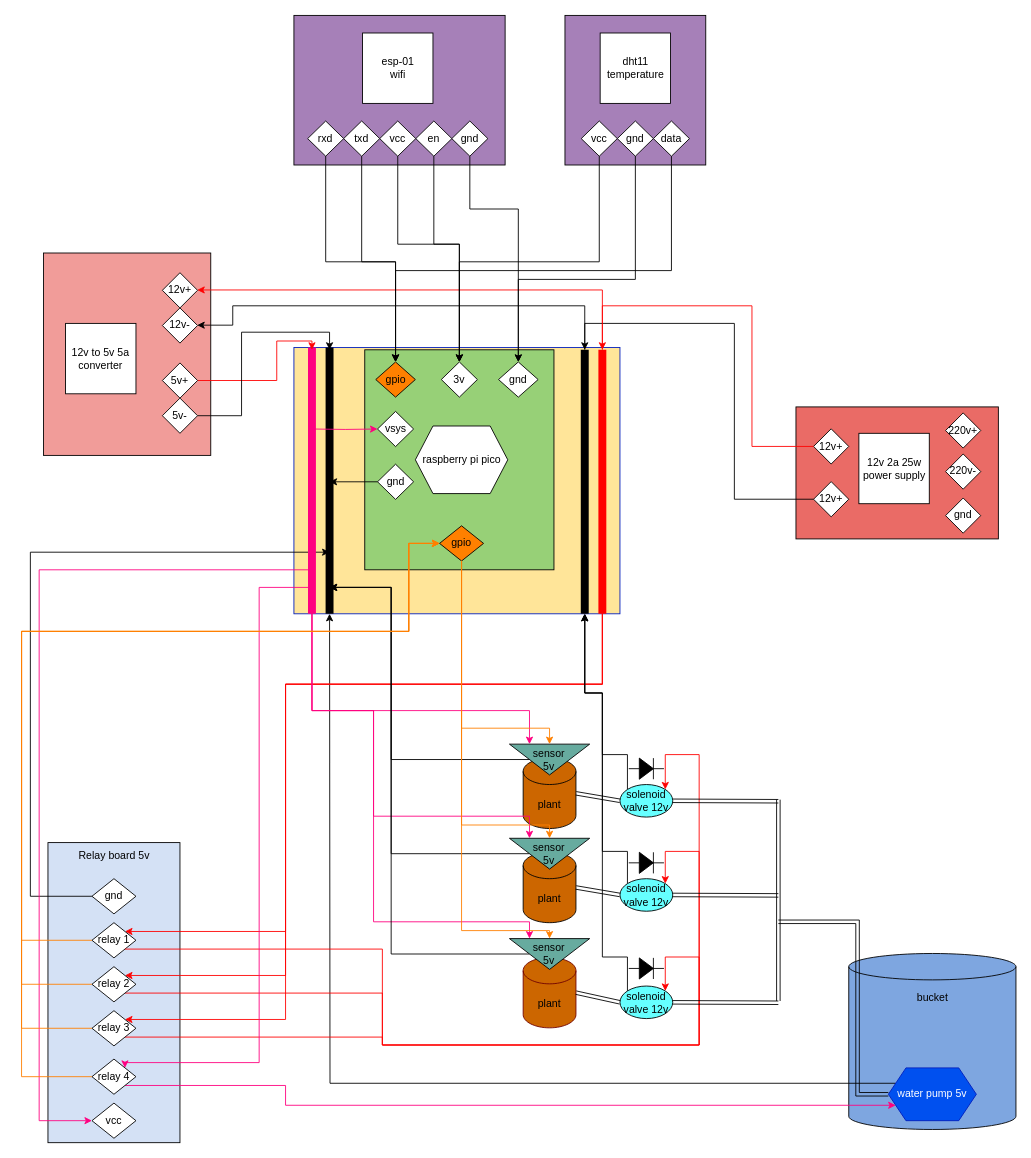
Above: doc/circuit.drawio in floryn08/rpi-pico-watering-system (draw.io), before the change. Source tidied: cells renumbered, new cells numbered last; positions are measured from the earlier drawing's top-left corner, leaving out a move shared by most shapes. Both pictures are drawn from the tidied source at 88%, with x=0, y=0 at pixel (21, 15).
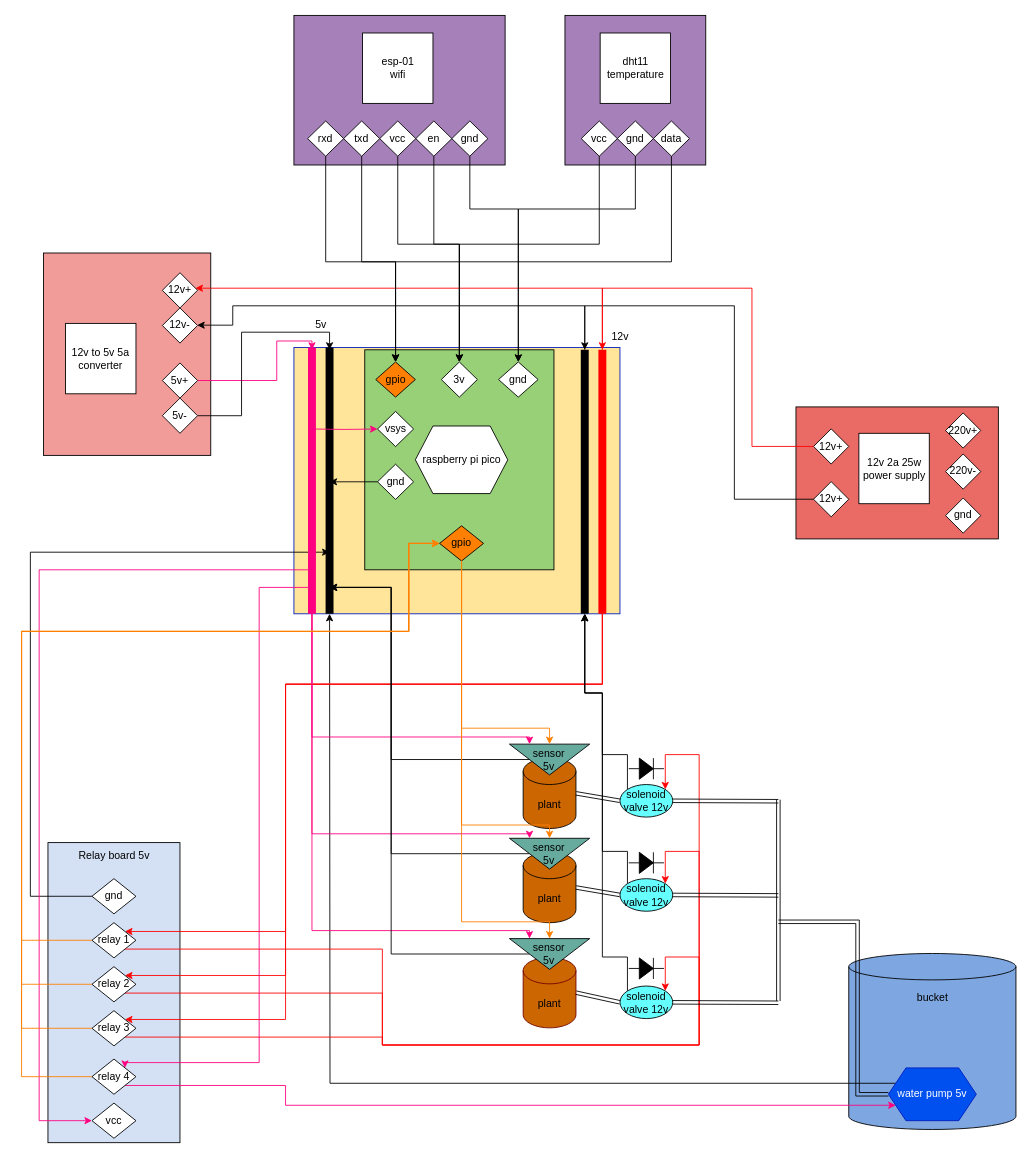
The same diagram, later.

The change refers to these unchanged cells:
```xml
<mxCell id="24" value="sensor&lt;br&gt;5v" style="triangle;whiteSpace=wrap;html=1;rotation=90;horizontal=0;fillColor=#67AB9F;" parent="1" vertex="1">
  <mxGeometry x="582.5" y="800" width="35" height="91.2" as="geometry" />
</mxCell>
<mxCell id="28" value="sensor&lt;br&gt;5v" style="triangle;whiteSpace=wrap;html=1;rotation=90;horizontal=0;fillColor=#67AB9F;" parent="1" vertex="1">
  <mxGeometry x="582.5" y="907" width="35" height="91.2" as="geometry" />
</mxCell>
<mxCell id="32" value="sensor&lt;br&gt;5v" style="triangle;whiteSpace=wrap;html=1;rotation=90;horizontal=0;fillColor=#67AB9F;" parent="1" vertex="1">
  <mxGeometry x="582.5" y="1021" width="35" height="91.2" as="geometry" />
</mxCell>
<mxCell id="59" value="gnd" style="rhombus;whiteSpace=wrap;html=1;" parent="56" vertex="1">
  <mxGeometry x="152" y="13.8" width="45" height="40" as="geometry" />
</mxCell>
<mxCell id="61" value="gpio" style="rhombus;whiteSpace=wrap;html=1;fillColor=#FF8000;" parent="56" vertex="1">
  <mxGeometry x="85" y="200" width="50" height="40" as="geometry" />
</mxCell>
<mxCell id="62" value="3v" style="rhombus;whiteSpace=wrap;html=1;" parent="56" vertex="1">
  <mxGeometry x="87" y="13.8" width="41" height="40" as="geometry" />
</mxCell>
<mxCell id="63" value="gpio" style="rhombus;whiteSpace=wrap;html=1;fillColor=#FF8000;" parent="56" vertex="1">
  <mxGeometry x="12.5" y="13.8" width="45" height="40" as="geometry" />
</mxCell>
<mxCell id="73" value="12v+" style="rhombus;whiteSpace=wrap;html=1;" parent="67" vertex="1">
  <mxGeometry x="20" y="84.9" width="40" height="40" as="geometry" />
</mxCell>
<mxCell id="74" value="12v+" style="rhombus;whiteSpace=wrap;html=1;" parent="67" vertex="1">
  <mxGeometry x="20" y="24.9" width="40" height="40" as="geometry" />
</mxCell>
<mxCell id="78" value="vcc" style="rhombus;whiteSpace=wrap;html=1;" parent="75" vertex="1">
  <mxGeometry x="18.5" y="120" width="41" height="40" as="geometry" />
</mxCell>
<mxCell id="79" value="gnd" style="rhombus;whiteSpace=wrap;html=1;" parent="75" vertex="1">
  <mxGeometry x="59.5" y="120" width="41" height="40" as="geometry" />
</mxCell>
<mxCell id="80" value="data" style="rhombus;whiteSpace=wrap;html=1;" parent="75" vertex="1">
  <mxGeometry x="100.5" y="120" width="41" height="40" as="geometry" />
</mxCell>
<mxCell id="94" value="5v+" style="rhombus;whiteSpace=wrap;html=1;" parent="1" vertex="1">
  <mxGeometry x="160" y="394.9" width="40" height="40" as="geometry" />
</mxCell>
<mxCell id="98" value="12v+" style="rhombus;whiteSpace=wrap;html=1;" parent="1" vertex="1">
  <mxGeometry x="160" y="292.4" width="40" height="40" as="geometry" />
</mxCell>
```

The edit, as a diff of the source:
```diff
@@
     <mxCell id="22" style="edgeStyle=orthogonalEdgeStyle;rounded=0;jettySize=auto;html=1;exitX=0;exitY=0.75;exitDx=0;exitDy=0;strokeColor=#FF0080;strokeWidth=1;entryX=0;entryY=0.75;entryDx=0;entryDy=0;" parent="1" edge="1" target="24">
       <mxGeometry relative="1" as="geometry">
         <mxPoint x="330" y="670" as="sourcePoint" />
         <Array as="points">
-          <mxPoint x="330" y="790" />
-          <mxPoint x="577" y="790" />
+          <mxPoint x="330" y="820" />
+          <mxPoint x="577" y="820" />
         </Array>
       </mxGeometry>
     </mxCell>
@@
     <mxCell id="26" style="edgeStyle=orthogonalEdgeStyle;rounded=0;jettySize=auto;html=1;exitX=0;exitY=0.75;exitDx=0;exitDy=0;strokeColor=#FF0080;strokeWidth=1;entryX=0;entryY=0.75;entryDx=0;entryDy=0;" parent="1" edge="1" target="28">
       <mxGeometry relative="1" as="geometry">
         <mxPoint x="330" y="680" as="sourcePoint" />
         <Array as="points">
-          <mxPoint x="330" y="790" />
-          <mxPoint x="400" y="790" />
-          <mxPoint x="400" y="910" />
-          <mxPoint x="577" y="910" />
+          <mxPoint x="330" y="930" />
+          <mxPoint x="577" y="930" />
         </Array>
       </mxGeometry>
     </mxCell>
@@
     <mxCell id="30" style="edgeStyle=orthogonalEdgeStyle;rounded=0;jettySize=auto;html=1;exitX=0;exitY=0.75;exitDx=0;exitDy=0;strokeColor=#FF0080;strokeWidth=1;entryX=0;entryY=0.75;entryDx=0;entryDy=0;" parent="1" edge="1" target="32">
       <mxGeometry relative="1" as="geometry">
         <mxPoint x="330" y="680" as="sourcePoint" />
         <Array as="points">
-          <mxPoint x="330" y="790" />
-          <mxPoint x="400" y="790" />
-          <mxPoint x="400" y="1030" />
-          <mxPoint x="577" y="1030" />
+          <mxPoint x="330" y="1040" />
+          <mxPoint x="577" y="1040" />
         </Array>
       </mxGeometry>
     </mxCell>
@@
     <mxCell id="89" style="edgeStyle=orthogonalEdgeStyle;rounded=0;jettySize=auto;html=1;strokeColor=#FF0000;strokeWidth=1;" parent="1" edge="1" source="74">
       <mxGeometry relative="1" as="geometry">
         <mxPoint x="660" y="380" as="targetPoint" />
         <Array as="points">
           <mxPoint x="830" y="490" />
-          <mxPoint x="830" y="330" />
-          <mxPoint x="660" y="330" />
+          <mxPoint x="830" y="310" />
+          <mxPoint x="660" y="310" />
         </Array>
       </mxGeometry>
     </mxCell>
     <mxCell id="90" style="edgeStyle=orthogonalEdgeStyle;rounded=0;jettySize=auto;html=1;strokeColor=#000000;strokeWidth=1;" parent="1" edge="1" source="73">
       <mxGeometry relative="1" as="geometry">
         <mxPoint x="640" y="380" as="targetPoint" />
         <Array as="points">
           <mxPoint x="810" y="550" />
-          <mxPoint x="810" y="350" />
-          <mxPoint x="640" y="350" />
+          <mxPoint x="810" y="330" />
+          <mxPoint x="640" y="330" />
         </Array>
       </mxGeometry>
     </mxCell>
@@
-    <mxCell id="93" style="edgeStyle=orthogonalEdgeStyle;rounded=0;jettySize=auto;html=1;strokeColor=#FF0000;strokeWidth=1;" parent="1" edge="1" source="94">
+    <mxCell id="93" style="edgeStyle=orthogonalEdgeStyle;rounded=0;jettySize=auto;html=1;strokeColor=#FF0080;strokeWidth=1;" parent="1" edge="1" source="94">
       <mxGeometry relative="1" as="geometry">
         <mxPoint x="330" y="380" as="targetPoint" />
         <Array as="points">
           <mxPoint x="290" y="415" />
           <mxPoint x="290" y="370" />
           <mxPoint x="330" y="370" />
         </Array>
       </mxGeometry>
     </mxCell>
@@
     <mxCell id="97" style="edgeStyle=orthogonalEdgeStyle;rounded=0;jettySize=auto;html=1;strokeColor=#FF0000;strokeWidth=1;" parent="1" edge="1" target="98">
       <mxGeometry relative="1" as="geometry">
         <mxPoint x="660" y="380" as="sourcePoint" />
         <Array as="points">
-          <mxPoint x="660" y="312" />
+          <mxPoint x="660" y="310" />
         </Array>
       </mxGeometry>
     </mxCell>
@@
     <mxCell id="108" style="edgeStyle=orthogonalEdgeStyle;rounded=0;jettySize=auto;html=1;entryX=0;entryY=0.5;entryDx=0;entryDy=0;strokeColor=#FF8000;strokeWidth=1;" parent="1" edge="1" source="61" target="32">
       <mxGeometry relative="1" as="geometry">
         <Array as="points">
-          <mxPoint x="500" y="1040" />
-          <mxPoint x="600" y="1040" />
+          <mxPoint x="500" y="1030" />
+          <mxPoint x="600" y="1030" />
         </Array>
       </mxGeometry>
     </mxCell>
@@
     <mxCell id="116" style="edgeStyle=orthogonalEdgeStyle;rounded=0;jettySize=auto;html=1;entryX=0.5;entryY=0;entryDx=0;entryDy=0;strokeColor=#000000;strokeWidth=1;" parent="1" edge="1" source="78" target="62">
       <mxGeometry relative="1" as="geometry">
         <Array as="points">
-          <mxPoint x="656" y="280" />
-          <mxPoint x="498" y="280" />
+          <mxPoint x="657" y="260" />
+          <mxPoint x="498" y="260" />
         </Array>
       </mxGeometry>
     </mxCell>
     <mxCell id="117" style="edgeStyle=orthogonalEdgeStyle;rounded=0;jettySize=auto;html=1;strokeColor=#000000;strokeWidth=1;entryX=0.5;entryY=0;entryDx=0;entryDy=0;" parent="1" edge="1" source="79" target="59">
       <mxGeometry relative="1" as="geometry">
         <Array as="points">
-          <mxPoint x="698" y="300" />
-          <mxPoint x="564" y="300" />
+          <mxPoint x="698" y="220" />
+          <mxPoint x="565" y="220" />
         </Array>
       </mxGeometry>
     </mxCell>
     <mxCell id="118" style="edgeStyle=orthogonalEdgeStyle;rounded=0;jettySize=auto;html=1;entryX=0.5;entryY=0;entryDx=0;entryDy=0;strokeColor=#000000;strokeWidth=1;" parent="1" edge="1" source="80" target="63">
       <mxGeometry relative="1" as="geometry">
         <Array as="points">
-          <mxPoint x="738" y="290" />
-          <mxPoint x="425" y="290" />
+          <mxPoint x="739" y="280" />
+          <mxPoint x="425" y="280" />
         </Array>
       </mxGeometry>
     </mxCell>
+    <mxCell id="119" value="12v" style="text;html=1;align=center;verticalAlign=middle;strokeColor=none;fillColor=none;" parent="1" vertex="1">
+      <mxGeometry x="660" y="350" width="40" height="30" as="geometry" />
+    </mxCell>
+    <mxCell id="120" value="5v" style="text;html=1;align=center;verticalAlign=middle;strokeColor=none;fillColor=none;" parent="1" vertex="1">
+      <mxGeometry x="320" y="337.4" width="40" height="30" as="geometry" />
+    </mxCell>
```
